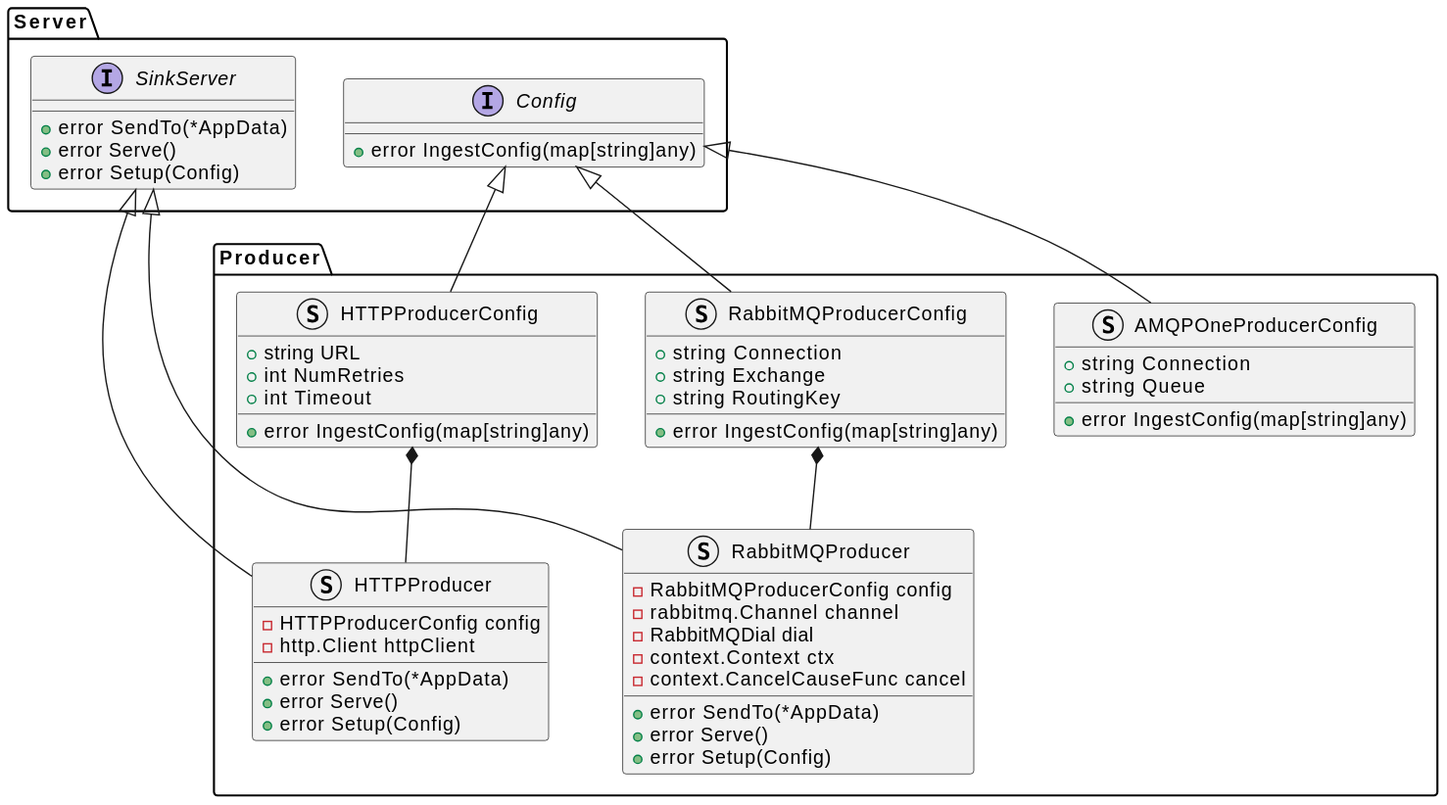
Before: docs/design_notes/DN1_JSON_Extractor/class_diagram_Producers.svg, a diagram exported from PlantUML (xtuml/otel2pv).
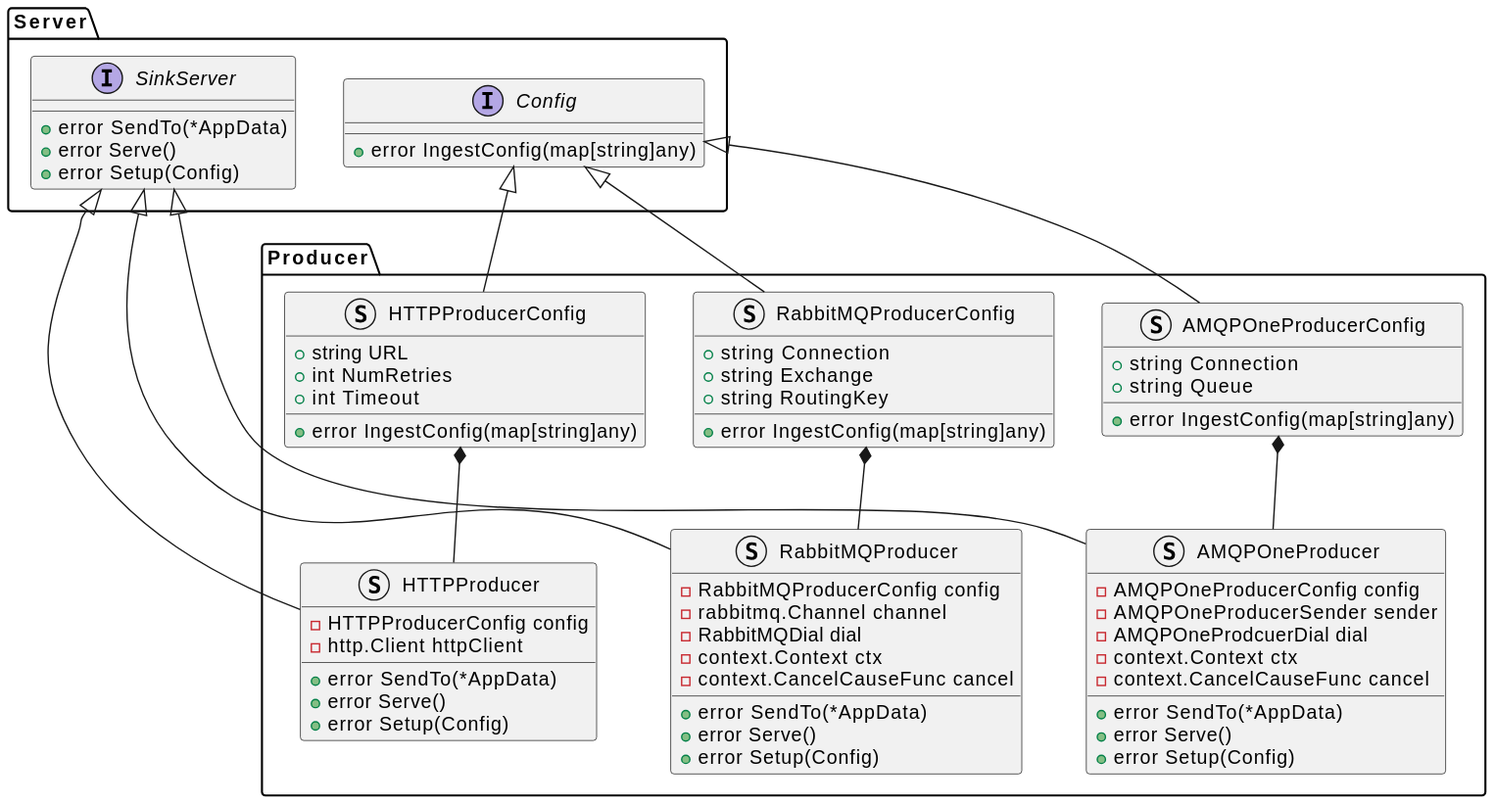
Later version of the same file.

What changed in the source:
```diff
@@ -27,6 +27,16 @@
         +error Serve()
         +error Setup(Config)
     }
+    struct AMQPOneProducer {
+        -AMQPOneProducerConfig config
+        -AMQPOneProducerSender sender
+        -AMQPOneProdcuerDial dial
+        -context.Context ctx
+        -context.CancelCauseFunc cancel
+        +error SendTo(*AppData)
+        +error Serve()
+        +error Setup(Config)
+    }
     struct HTTPProducerConfig {
         +string URL
         +int NumRetries
@@ -49,10 +59,12 @@
 
 Server.SinkServer <|-- Producer.HTTPProducer
 Server.SinkServer <|-- Producer.RabbitMQProducer
+Server.SinkServer <|-- Producer.AMQPOneProducer
 
 Server.Config <|-- Producer.HTTPProducerConfig
 Server.Config <|-- Producer.RabbitMQProducerConfig
 Server.Config <|-- Producer.AMQPOneProducerConfig
 Producer.HTTPProducerConfig *-- Producer.HTTPProducer
 Producer.RabbitMQProducerConfig *-- Producer.RabbitMQProducer
+Producer.AMQPOneProducerConfig *-- Producer.AMQPOneProducer
 @enduml
```
